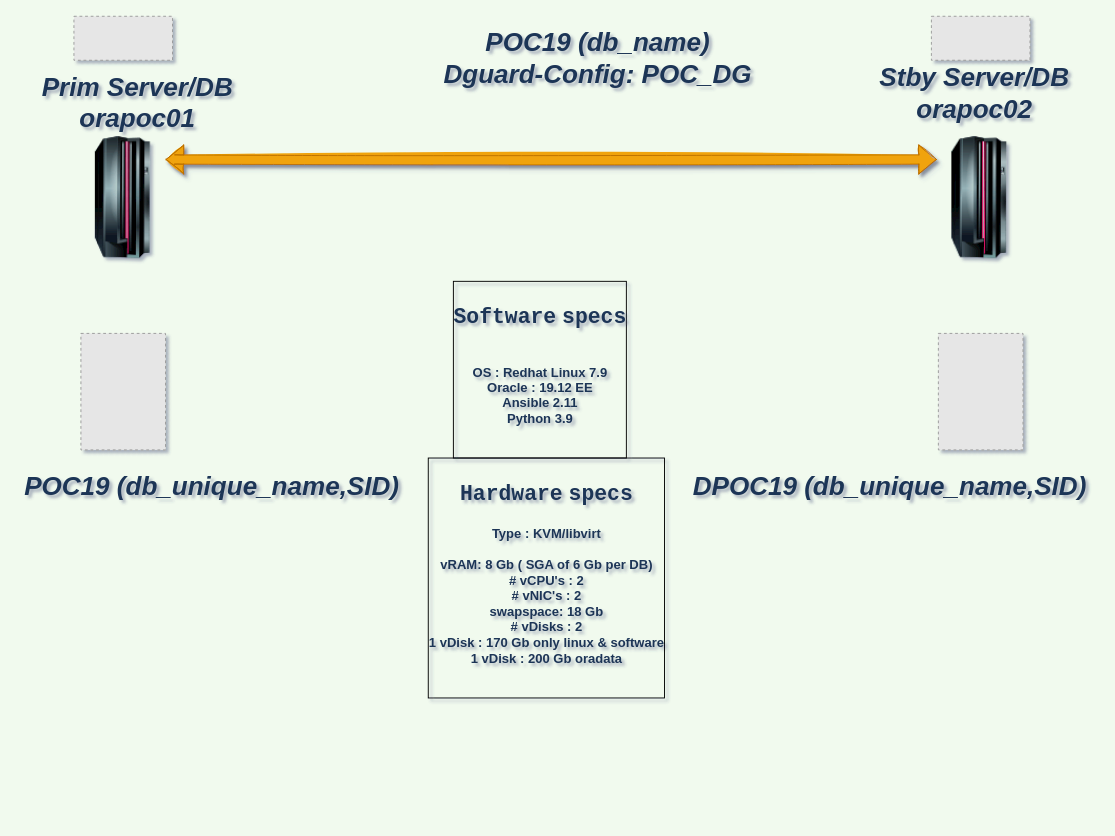
Before: xdoc/99_Various/Untitled Diagram.drawio in bnpdba/BNP_POC_DGuard, a draw.io diagram. Source tidied: cells renumbered, new cells numbered last; positions are measured from the earlier drawing's top-left corner, leaving out a move shared by most shapes. Both pictures are drawn from the tidied source at 93%, with x=0, y=0 at pixel (16, 16). Pictures stored in the file or linked from it are replaced by grey dashed boxes.
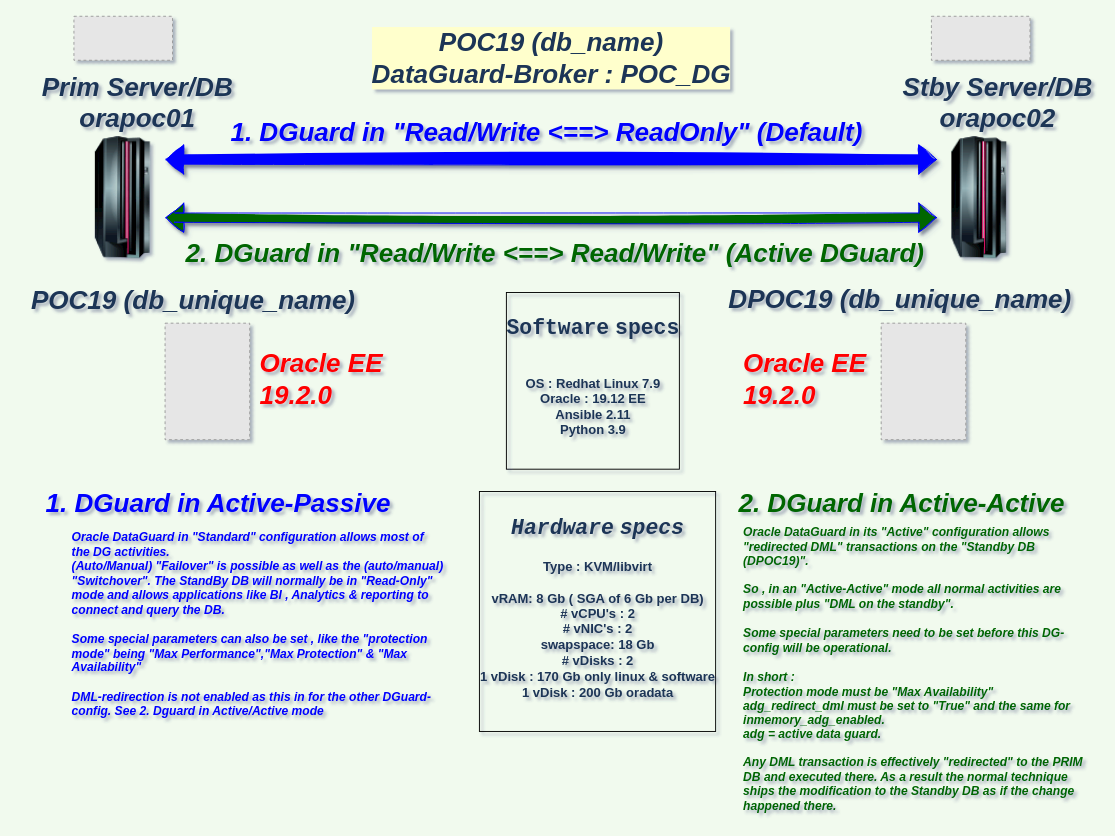
Above is the later version.

What changed in the source:
```diff
@@
-    <mxCell id="4" value="&lt;div&gt;&lt;i&gt;&lt;font style=&quot;font-size: 28px&quot;&gt;&lt;b&gt;POC19 (db_name)&lt;br&gt;&lt;/b&gt;&lt;/font&gt;&lt;/i&gt;&lt;/div&gt;&lt;div&gt;&lt;i&gt;&lt;font style=&quot;font-size: 28px&quot;&gt;&lt;b&gt;Dguard-Config: POC_DG&lt;br&gt;&lt;/b&gt;&lt;/font&gt;&lt;/i&gt;&lt;/div&gt;" style="text;html=1;align=center;verticalAlign=middle;fillColor=none;strokeColor=none;rounded=1;sketch=1;fontColor=#1D3557;" parent="1" vertex="1">
-      <mxGeometry x="450" y="20" width="350" height="50" as="geometry" />
+    <mxCell id="4" value="&lt;div&gt;&lt;i&gt;&lt;font style=&quot;font-size: 28px&quot;&gt;&lt;b&gt;POC19 (db_name)&lt;br&gt;&lt;/b&gt;&lt;/font&gt;&lt;/i&gt;&lt;/div&gt;&lt;div&gt;&lt;i&gt;&lt;font style=&quot;font-size: 28px&quot;&gt;&lt;b&gt;DataGuard-Broker : POC_DG&lt;br&gt;&lt;/b&gt;&lt;/font&gt;&lt;/i&gt;&lt;/div&gt;" style="text;html=1;align=center;verticalAlign=middle;fillColor=none;strokeColor=none;rounded=1;sketch=1;fontColor=#1D3557;labelBackgroundColor=#FFFFCC;" parent="1" vertex="1">
+      <mxGeometry x="374.5" y="20" width="400" height="50" as="geometry" />
     </mxCell>
-    <mxCell id="5" value="&lt;i&gt;&lt;font style=&quot;font-size: 28px&quot;&gt;&lt;b&gt;POC19 (db_unique_name,SID)&lt;/b&gt;&lt;/font&gt;&lt;/i&gt;" style="text;html=1;align=center;verticalAlign=middle;fillColor=none;strokeColor=none;rounded=1;sketch=1;fontColor=#1D3557;" parent="1" vertex="1">
-      <mxGeometry y="490" width="420" height="30" as="geometry" />
+    <mxCell id="5" value="&lt;i&gt;&lt;font style=&quot;font-size: 28px&quot;&gt;&lt;b&gt;POC19 (db_unique_name)&lt;/b&gt;&lt;/font&gt;&lt;/i&gt;" style="text;html=1;align=center;verticalAlign=middle;fillColor=none;strokeColor=none;rounded=1;sketch=1;fontColor=#1D3557;" parent="1" vertex="1">
+      <mxGeometry x="10" y="290" width="360" height="30" as="geometry" />
     </mxCell>
@@
-    <mxCell id="7" value="&lt;i&gt;&lt;font style=&quot;font-size: 28px&quot;&gt;&lt;b&gt;DPOC19 (db_unique_name,SID)&lt;/b&gt;&lt;/font&gt;&lt;/i&gt;" style="text;html=1;align=center;verticalAlign=middle;fillColor=none;strokeColor=none;rounded=1;sketch=1;fontColor=#1D3557;" parent="1" vertex="1">
-      <mxGeometry x="719" y="490" width="440" height="30" as="geometry" />
+    <mxCell id="7" value="&lt;i&gt;&lt;font style=&quot;font-size: 28px&quot;&gt;&lt;b&gt;DPOC19 (db_unique_name)&lt;/b&gt;&lt;/font&gt;&lt;/i&gt;" style="text;html=1;align=center;verticalAlign=middle;fillColor=none;strokeColor=none;rounded=1;sketch=1;fontColor=#1D3557;" parent="1" vertex="1">
+      <mxGeometry x="760" y="289" width="380" height="30" as="geometry" />
     </mxCell>
     <mxCell id="8" value="&lt;div style=&quot;font-size: 14px&quot;&gt;&lt;h1&gt;&lt;font style=&quot;font-size: 14px&quot; face=&quot;Courier New&quot;&gt;&lt;span style=&quot;font-size: 14px&quot;&gt;&lt;/span&gt;&lt;/font&gt;&lt;font style=&quot;font-size: 23px&quot;&gt;&lt;span&gt;&lt;font face=&quot;Courier New&quot;&gt;Software&lt;/font&gt; &lt;font style=&quot;font-size: 23px&quot; face=&quot;Courier New&quot;&gt;specs&lt;/font&gt;&lt;br&gt;&lt;/span&gt;&lt;/font&gt;&lt;/h1&gt;&lt;/div&gt;&lt;div style=&quot;font-size: 14px&quot;&gt;&lt;br&gt;&lt;font style=&quot;font-size: 14px&quot;&gt;&lt;span style=&quot;font-size: 14px&quot;&gt;&lt;font style=&quot;font-size: 14px&quot;&gt;&lt;span style=&quot;font-size: 14px&quot;&gt;OS : Redhat Linux 7.9&lt;/span&gt;&lt;/font&gt;&lt;/span&gt;&lt;/font&gt;&lt;/div&gt;&lt;div style=&quot;font-size: 14px&quot;&gt;&lt;font style=&quot;font-size: 14px&quot;&gt;&lt;span style=&quot;font-size: 14px&quot;&gt;Oracle : 19.12 EE&lt;br&gt;&lt;/span&gt;&lt;/font&gt;&lt;/div&gt;&lt;div style=&quot;font-size: 14px&quot;&gt;&lt;font style=&quot;font-size: 14px&quot;&gt;&lt;span style=&quot;font-size: 14px&quot;&gt;Ansible 2.11&lt;/span&gt;&lt;/font&gt;&lt;/div&gt;&lt;div style=&quot;font-size: 14px&quot;&gt;&lt;font style=&quot;font-size: 14px&quot;&gt;&lt;span style=&quot;font-size: 14px&quot;&gt;Python 3.9&lt;/span&gt;&lt;/font&gt;&lt;/div&gt;&lt;div style=&quot;font-size: 14px&quot;&gt;&lt;font style=&quot;font-size: 14px&quot;&gt;&lt;span style=&quot;font-size: 14px&quot;&gt;&lt;br style=&quot;font-size: 14px&quot;&gt;&lt;/span&gt;&lt;/font&gt;&lt;/div&gt;&lt;div style=&quot;font-size: 14px&quot;&gt;&lt;font style=&quot;font-size: 14px&quot;&gt;&lt;span style=&quot;font-size: 14px&quot;&gt;&lt;br style=&quot;font-size: 14px&quot;&gt;&lt;/span&gt;&lt;/font&gt;&lt;/div&gt;" style="text;html=1;align=center;verticalAlign=middle;fontSize=14;fontStyle=1;labelBorderColor=#000000;spacingTop=0;spacingLeft=0;spacingBottom=0;spacingRight=0;fillColor=#A8DADC;strokeWidth=0;rounded=1;sketch=1;fontColor=#1D3557;" parent="1" vertex="1">
-      <mxGeometry x="463" y="300" width="200" height="160" as="geometry" />
+      <mxGeometry x="520" y="300" width="200" height="184" as="geometry" />
     </mxCell>
-    <mxCell id="9" value="&lt;div style=&quot;font-size: 14px&quot;&gt;&lt;font style=&quot;font-size: 14px&quot;&gt;&lt;span style=&quot;font-size: 14px&quot;&gt;&lt;/span&gt;&lt;/font&gt;&lt;h1&gt;&lt;font style=&quot;font-size: 23px&quot;&gt;&lt;span&gt;&lt;font style=&quot;font-size: 23px&quot; face=&quot;Courier New&quot;&gt;Hardware&lt;/font&gt; &lt;font style=&quot;font-size: 23px&quot; face=&quot;Courier New&quot;&gt;specs&lt;/font&gt;&lt;br&gt;&lt;/span&gt;&lt;/font&gt;&lt;/h1&gt;&lt;/div&gt;&lt;div style=&quot;font-size: 14px&quot;&gt;&lt;font style=&quot;font-size: 14px&quot;&gt;&lt;span style=&quot;font-size: 14px&quot;&gt;Type : KVM/libvirt&lt;br style=&quot;font-size: 14px&quot;&gt;&lt;/span&gt;&lt;/font&gt;&lt;/div&gt;&lt;div style=&quot;font-size: 14px&quot;&gt;&lt;font style=&quot;font-size: 14px&quot;&gt;&lt;span style=&quot;font-size: 14px&quot;&gt;&lt;br&gt;&lt;/span&gt;&lt;/font&gt;&lt;/div&gt;&lt;div style=&quot;font-size: 14px&quot;&gt;&lt;font style=&quot;font-size: 14px&quot;&gt;&lt;span style=&quot;font-size: 14px&quot;&gt;vRAM: 8 Gb ( SGA of 6 Gb per DB)&lt;/span&gt;&lt;/font&gt;&lt;/div&gt;&lt;div style=&quot;font-size: 14px&quot;&gt;&lt;font style=&quot;font-size: 14px&quot;&gt;&lt;span style=&quot;font-size: 14px&quot;&gt;# vCPU's : 2 &lt;br style=&quot;font-size: 14px&quot;&gt;&lt;/span&gt;&lt;/font&gt;&lt;/div&gt;&lt;div style=&quot;font-size: 14px&quot;&gt;&lt;font style=&quot;font-size: 14px&quot;&gt;&lt;span style=&quot;font-size: 14px&quot;&gt;# vNIC's : 2&lt;/span&gt;&lt;/font&gt;&lt;/div&gt;&lt;div style=&quot;font-size: 14px&quot;&gt;&lt;font style=&quot;font-size: 14px&quot;&gt;&lt;span style=&quot;font-size: 14px&quot;&gt;swapspace: 18 Gb&lt;/span&gt;&lt;/font&gt;&lt;/div&gt;&lt;div style=&quot;font-size: 14px&quot;&gt;&lt;font style=&quot;font-size: 14px&quot;&gt;&lt;span style=&quot;font-size: 14px&quot;&gt;# vDisks : 2&lt;/span&gt;&lt;/font&gt;&lt;/div&gt;&lt;div style=&quot;font-size: 14px&quot;&gt;&lt;font style=&quot;font-size: 14px&quot;&gt;&lt;span style=&quot;font-size: 14px&quot;&gt;1 vDisk : 170 Gb only linux &amp;amp; software&lt;/span&gt;&lt;/font&gt;&lt;/div&gt;&lt;div style=&quot;font-size: 14px&quot;&gt;&lt;font style=&quot;font-size: 14px&quot;&gt;&lt;span style=&quot;font-size: 14px&quot;&gt;1 vDisk : 200 Gb oradata&lt;br style=&quot;font-size: 14px&quot;&gt;&lt;/span&gt;&lt;/font&gt;&lt;/div&gt;&lt;div style=&quot;font-size: 14px&quot;&gt;&lt;font style=&quot;font-size: 14px&quot;&gt;&lt;span style=&quot;font-size: 14px&quot;&gt;&lt;br style=&quot;font-size: 14px&quot;&gt;&lt;br&gt;&lt;/span&gt;&lt;/font&gt;&lt;/div&gt;" style="text;html=1;align=center;verticalAlign=middle;fontSize=14;fontStyle=1;labelBorderColor=#000000;spacingTop=0;spacingLeft=2;spacingBottom=2;spacingRight=2;fillColor=#A8DADC;strokeWidth=0;rounded=1;sketch=1;fontColor=#1D3557;" parent="1" vertex="1">
-      <mxGeometry x="435" y="479.7" width="270" height="250" as="geometry" />
+    <mxCell id="9" value="&lt;div style=&quot;font-size: 14px&quot;&gt;&lt;font style=&quot;font-size: 14px&quot;&gt;&lt;span style=&quot;font-size: 14px&quot;&gt;&lt;/span&gt;&lt;/font&gt;&lt;h1&gt;&lt;font style=&quot;font-size: 23px&quot;&gt;&lt;span&gt;&lt;i&gt;&lt;font style=&quot;font-size: 23px&quot; face=&quot;Courier New&quot;&gt;Hardware&lt;/font&gt;&lt;/i&gt; &lt;i&gt;&lt;font style=&quot;font-size: 23px&quot; face=&quot;Courier New&quot;&gt;specs&lt;/font&gt;&lt;/i&gt;&lt;br&gt;&lt;/span&gt;&lt;/font&gt;&lt;/h1&gt;&lt;/div&gt;&lt;div style=&quot;font-size: 14px&quot;&gt;&lt;font style=&quot;font-size: 14px&quot;&gt;&lt;span style=&quot;font-size: 14px&quot;&gt;Type : KVM/libvirt&lt;br style=&quot;font-size: 14px&quot;&gt;&lt;/span&gt;&lt;/font&gt;&lt;/div&gt;&lt;div style=&quot;font-size: 14px&quot;&gt;&lt;font style=&quot;font-size: 14px&quot;&gt;&lt;span style=&quot;font-size: 14px&quot;&gt;&lt;br&gt;&lt;/span&gt;&lt;/font&gt;&lt;/div&gt;&lt;div style=&quot;font-size: 14px&quot;&gt;&lt;font style=&quot;font-size: 14px&quot;&gt;&lt;span style=&quot;font-size: 14px&quot;&gt;vRAM: 8 Gb ( SGA of 6 Gb per DB)&lt;/span&gt;&lt;/font&gt;&lt;/div&gt;&lt;div style=&quot;font-size: 14px&quot;&gt;&lt;font style=&quot;font-size: 14px&quot;&gt;&lt;span style=&quot;font-size: 14px&quot;&gt;# vCPU's : 2 &lt;br style=&quot;font-size: 14px&quot;&gt;&lt;/span&gt;&lt;/font&gt;&lt;/div&gt;&lt;div style=&quot;font-size: 14px&quot;&gt;&lt;font style=&quot;font-size: 14px&quot;&gt;&lt;span style=&quot;font-size: 14px&quot;&gt;# vNIC's : 2&lt;/span&gt;&lt;/font&gt;&lt;/div&gt;&lt;div style=&quot;font-size: 14px&quot;&gt;&lt;font style=&quot;font-size: 14px&quot;&gt;&lt;span style=&quot;font-size: 14px&quot;&gt;swapspace: 18 Gb&lt;/span&gt;&lt;/font&gt;&lt;/div&gt;&lt;div style=&quot;font-size: 14px&quot;&gt;&lt;font style=&quot;font-size: 14px&quot;&gt;&lt;span style=&quot;font-size: 14px&quot;&gt;# vDisks : 2&lt;/span&gt;&lt;/font&gt;&lt;/div&gt;&lt;div style=&quot;font-size: 14px&quot;&gt;&lt;font style=&quot;font-size: 14px&quot;&gt;&lt;span style=&quot;font-size: 14px&quot;&gt;1 vDisk : 170 Gb only linux &amp;amp; software&lt;/span&gt;&lt;/font&gt;&lt;/div&gt;&lt;div style=&quot;font-size: 14px&quot;&gt;&lt;font style=&quot;font-size: 14px&quot;&gt;&lt;span style=&quot;font-size: 14px&quot;&gt;1 vDisk : 200 Gb oradata&lt;br style=&quot;font-size: 14px&quot;&gt;&lt;/span&gt;&lt;/font&gt;&lt;/div&gt;&lt;div style=&quot;font-size: 14px&quot;&gt;&lt;font style=&quot;font-size: 14px&quot;&gt;&lt;span style=&quot;font-size: 14px&quot;&gt;&lt;br style=&quot;font-size: 14px&quot;&gt;&lt;br&gt;&lt;/span&gt;&lt;/font&gt;&lt;/div&gt;" style="text;html=1;align=center;verticalAlign=middle;fontSize=14;fontStyle=1;labelBorderColor=#000000;spacingTop=0;spacingLeft=2;spacingBottom=2;spacingRight=2;fillColor=#A8DADC;strokeWidth=0;rounded=1;sketch=1;fontColor=#1D3557;" parent="1" vertex="1">
+      <mxGeometry x="490" y="516" width="270" height="250" as="geometry" />
     </mxCell>
     <mxCell id="10" style="fillColor=#E6E6E6;strokeColor=#999999;dashed=1;verticalLabelPosition=bottom;verticalAlign=top;fontColor=#1D3557;" parent="1" vertex="1">
-      <mxGeometry x="69.5" y="341" width="91" height="125.3" as="geometry" />
+      <mxGeometry x="160" y="330" width="91" height="125.3" as="geometry" />
     </mxCell>
     <mxCell id="11" style="fillColor=#E6E6E6;strokeColor=#999999;dashed=1;verticalLabelPosition=bottom;verticalAlign=top;fontColor=#1D3557;" parent="1" vertex="1">
-      <mxGeometry x="991.5" y="341" width="91" height="125.3" as="geometry" />
+      <mxGeometry x="930" y="330" width="91" height="125.3" as="geometry" />
     </mxCell>
@@
     <mxCell id="13" value="&lt;div&gt;&lt;i&gt;&lt;font style=&quot;font-size: 28px&quot;&gt;&lt;b&gt;Stby Server/DB&lt;br&gt;&lt;/b&gt;&lt;/font&gt;&lt;/i&gt;&lt;/div&gt;&lt;div&gt;&lt;i&gt;&lt;font style=&quot;font-size: 28px&quot;&gt;&lt;b&gt;orapoc02&lt;/b&gt;&lt;/font&gt;&lt;/i&gt;&lt;/div&gt;" style="text;html=1;align=center;verticalAlign=middle;fillColor=none;strokeColor=none;spacing=-13;spacingTop=-5;rounded=1;sketch=1;fontColor=#1D3557;" parent="1" vertex="1">
-      <mxGeometry x="935" y="75" width="190" height="20" as="geometry" />
+      <mxGeometry x="960" y="85" width="190" height="20" as="geometry" />
     </mxCell>
@@
-    <mxCell id="15" style="endArrow=classic;startArrow=block;html=1;fontColor=#1D3557;fillColor=#f0a30a;startFill=1;shape=flexArrow;rounded=1;snapToPoint=1;fixDash=1;comic=1;backgroundOutline=1;labelBorderColor=#1A1A1A;fontStyle=0;sketch=1;shadow=1;disableMultiStroke=1;disableMultiStrokeFill=1;orthogonal=0;orthogonalLoop=0;flowAnimation=1;fillStyle=solid;strokeColor=#BD7000;" parent="1" edge="1">
+    <mxCell id="15" style="endArrow=classic;startArrow=block;html=1;startFill=1;shape=flexArrow;rounded=1;snapToPoint=1;fixDash=1;comic=1;backgroundOutline=1;labelBorderColor=#1A1A1A;fontStyle=0;sketch=1;shadow=1;disableMultiStroke=1;disableMultiStrokeFill=1;orthogonal=0;orthogonalLoop=0;flowAnimation=1;fillStyle=solid;fontColor=#0000FF;strokeColor=#0000FF;fillColor=#0000FF;" parent="1" edge="1">
       <mxGeometry relative="1" as="geometry">
         <mxPoint x="160.5" y="154" as="sourcePoint" />
         <mxPoint x="990" y="154" as="targetPoint" />
         <Array as="points">
           <mxPoint x="160.5" y="154" />
           <mxPoint x="170.5" y="154" />
         </Array>
       </mxGeometry>
     </mxCell>
+    <mxCell id="16" value="&lt;div&gt;&lt;font&gt;&lt;i&gt;&lt;font style=&quot;font-size: 28px&quot;&gt;&lt;b&gt;&lt;font&gt;&lt;i&gt;&lt;font style=&quot;font-size: 28px&quot;&gt;&lt;b&gt;1. DGuard &lt;/b&gt;&lt;/font&gt;&lt;/i&gt;&lt;/font&gt;in &quot;Read/Write &amp;lt;==&amp;gt; ReadOnly&quot; (Default)&lt;br&gt;&lt;/b&gt;&lt;/font&gt;&lt;/i&gt;&lt;/font&gt;&lt;/div&gt;" style="text;html=1;align=center;verticalAlign=middle;fillColor=none;strokeColor=none;rounded=1;sketch=1;fontColor=#0000FF;" parent="1" vertex="1">
+      <mxGeometry x="220" y="110" width="700" height="30" as="geometry" />
+    </mxCell>
+    <mxCell id="17" style="endArrow=classic;startArrow=block;html=1;startFill=1;shape=flexArrow;rounded=1;snapToPoint=1;fixDash=1;comic=1;backgroundOutline=1;labelBorderColor=#1A1A1A;fontStyle=0;sketch=1;shadow=1;disableMultiStroke=1;disableMultiStrokeFill=1;orthogonal=0;orthogonalLoop=0;flowAnimation=1;fillStyle=solid;fontColor=#0000FF;strokeColor=#0000FF;noJump=1;fillColor=#006600;" parent="1" edge="1">
+      <mxGeometry relative="1" as="geometry">
+        <mxPoint x="160.5" y="216.5" as="sourcePoint" />
+        <mxPoint x="990" y="216.5" as="targetPoint" />
+        <Array as="points">
+          <mxPoint x="160.5" y="216.5" />
+          <mxPoint x="170.5" y="216.5" />
+        </Array>
+      </mxGeometry>
+    </mxCell>
+    <mxCell id="18" value="&lt;div&gt;&lt;font&gt;&lt;i&gt;&lt;font style=&quot;font-size: 28px&quot;&gt;&lt;b&gt;2. DGuard in &quot;Read/Write &amp;lt;==&amp;gt; Read/Write&quot; (Active DGuard)&lt;br&gt;&lt;/b&gt;&lt;/font&gt;&lt;/i&gt;&lt;/font&gt;&lt;/div&gt;" style="text;html=1;align=center;verticalAlign=middle;fillColor=none;strokeColor=none;rounded=1;sketch=1;fontColor=#006600;" parent="1" vertex="1">
+      <mxGeometry x="174" y="240" width="810" height="30" as="geometry" />
+    </mxCell>
+    <mxCell id="19" value="&lt;font&gt;&lt;i&gt;&lt;font style=&quot;font-size: 28px&quot;&gt;&lt;b&gt;1. DGuard in Active-Passive&lt;br&gt;&lt;/b&gt;&lt;/font&gt;&lt;/i&gt;&lt;/font&gt;" style="text;whiteSpace=wrap;html=1;rotation=0;fontColor=#0000FF;" parent="1" vertex="1">
+      <mxGeometry x="30" y="500" width="380" height="31" as="geometry" />
+    </mxCell>
+    <mxCell id="20" value="&lt;div style=&quot;font-size: 13px&quot;&gt;&lt;font style=&quot;font-size: 13px&quot;&gt;&lt;i&gt;&lt;b&gt;Oracle DataGuard in &quot;Standard&quot; configuration allows most of the DG activities.&lt;/b&gt;&lt;/i&gt;&lt;/font&gt;&lt;/div&gt;&lt;div style=&quot;font-size: 13px&quot;&gt;&lt;font style=&quot;font-size: 13px&quot;&gt;&lt;i&gt;&lt;b&gt;(Auto/Manual) &quot;Failover&quot; is possible as well as the (auto/manual) &quot;Switchover&quot;. The StandBy DB will normally be in &quot;Read-Only&quot; mode and allows applications like BI , Analytics &amp;amp; reporting to connect and query the DB.&lt;/b&gt;&lt;/i&gt;&lt;/font&gt;&lt;/div&gt;&lt;div style=&quot;font-size: 13px&quot;&gt;&lt;font style=&quot;font-size: 13px&quot;&gt;&lt;i&gt;&lt;b&gt;&lt;br&gt;&lt;/b&gt;&lt;/i&gt;&lt;/font&gt;&lt;/div&gt;&lt;div style=&quot;font-size: 13px&quot;&gt;&lt;font style=&quot;font-size: 13px&quot;&gt;&lt;i&gt;&lt;b&gt;Some special parameters can also be set , like the &quot;protection mode&quot; being &quot;Max Performance&quot;,&quot;Max Protection&quot; &amp;amp; &quot;Max Availability&quot;&lt;/b&gt;&lt;/i&gt;&lt;/font&gt;&lt;/div&gt;&lt;div style=&quot;font-size: 13px&quot;&gt;&lt;font style=&quot;font-size: 13px&quot;&gt;&lt;i&gt;&lt;b&gt;&lt;br&gt;&lt;/b&gt;&lt;/i&gt;&lt;/font&gt;&lt;/div&gt;&lt;div style=&quot;font-size: 13px&quot;&gt;&lt;font style=&quot;font-size: 13px&quot;&gt;&lt;i&gt;&lt;b&gt;DML-redirection is not enabled as this in for the other DGuard-config. See 2. Dguard in Active/Active mode&lt;br&gt;&lt;/b&gt;&lt;/i&gt;&lt;/font&gt;&lt;/div&gt;" style="text;whiteSpace=wrap;html=1;fontColor=#0000FF;" parent="1" vertex="1">
+      <mxGeometry x="57.5" y="546" width="402.5" height="220" as="geometry" />
+    </mxCell>
+    <mxCell id="21" value="&lt;font&gt;&lt;i&gt;&lt;font style=&quot;font-size: 28px&quot;&gt;&lt;b&gt;2. DGuard in Active-Active&lt;br&gt;&lt;/b&gt;&lt;/font&gt;&lt;/i&gt;&lt;/font&gt;" style="text;whiteSpace=wrap;html=1;rotation=0;fontColor=#006600;" parent="1" vertex="1">
+      <mxGeometry x="774.5" y="500" width="380" height="31" as="geometry" />
+    </mxCell>
+    <mxCell id="22" value="&lt;div style=&quot;font-size: 13px&quot;&gt;&lt;font style=&quot;font-size: 13px&quot;&gt;&lt;i&gt;&lt;b&gt;Oracle DataGuard in its &quot;Active&quot; configuration allows &quot;redirected DML&quot; transactions on the &quot;Standby DB (DPOC19)&quot;.&lt;br&gt;&lt;/b&gt;&lt;/i&gt;&lt;/font&gt;&lt;/div&gt;&lt;div style=&quot;font-size: 13px&quot;&gt;&lt;font style=&quot;font-size: 13px&quot;&gt;&lt;i&gt;&lt;b&gt;&lt;br&gt;&lt;/b&gt;&lt;/i&gt;&lt;/font&gt;&lt;/div&gt;&lt;div style=&quot;font-size: 13px&quot;&gt;&lt;font style=&quot;font-size: 13px&quot;&gt;&lt;i&gt;&lt;b&gt;So , in an &quot;Active-Active&quot; mode all normal activities are possible plus &quot;DML on the standby&quot;.&lt;br&gt;&lt;/b&gt;&lt;/i&gt;&lt;/font&gt;&lt;/div&gt;&lt;div style=&quot;font-size: 13px&quot;&gt;&lt;font style=&quot;font-size: 13px&quot;&gt;&lt;i&gt;&lt;b&gt;&lt;br&gt;&lt;/b&gt;&lt;/i&gt;&lt;/font&gt;&lt;/div&gt;&lt;div style=&quot;font-size: 13px&quot;&gt;&lt;font style=&quot;font-size: 13px&quot;&gt;&lt;i&gt;&lt;b&gt;Some special parameters need to be set before this DG-config will be operational.&lt;/b&gt;&lt;/i&gt;&lt;/font&gt;&lt;/div&gt;&lt;div style=&quot;font-size: 13px&quot;&gt;&lt;font style=&quot;font-size: 13px&quot;&gt;&lt;i&gt;&lt;b&gt;&lt;br&gt;&lt;/b&gt;&lt;/i&gt;&lt;/font&gt;&lt;/div&gt;&lt;div style=&quot;font-size: 13px&quot;&gt;&lt;font style=&quot;font-size: 13px&quot;&gt;&lt;i&gt;&lt;b&gt;In short :&lt;/b&gt;&lt;/i&gt;&lt;/font&gt;&lt;/div&gt;&lt;div style=&quot;font-size: 13px&quot;&gt;&lt;font style=&quot;font-size: 13px&quot;&gt;&lt;i&gt;&lt;b&gt;Protection mode must be &quot;Max Availability&quot;&lt;/b&gt;&lt;/i&gt;&lt;/font&gt;&lt;/div&gt;&lt;div style=&quot;font-size: 13px&quot;&gt;&lt;font style=&quot;font-size: 13px&quot;&gt;&lt;i&gt;&lt;b&gt;adg_redirect_dml must be set to &quot;True&quot; and the same for inmemory_adg_enabled.&lt;/b&gt;&lt;/i&gt;&lt;/font&gt;&lt;/div&gt;&lt;div style=&quot;font-size: 13px&quot;&gt;&lt;font style=&quot;font-size: 13px&quot;&gt;&lt;i&gt;&lt;b&gt;adg = active data guard.&lt;br&gt;&lt;/b&gt;&lt;/i&gt;&lt;/font&gt;&lt;/div&gt;&lt;br&gt;&lt;div style=&quot;font-size: 13px&quot;&gt;&lt;font style=&quot;font-size: 13px&quot;&gt;&lt;i&gt;&lt;b&gt;Any DML transaction is effectively &quot;redirected&quot; to the PRIM DB and executed there. As a result the normal technique ships the modification to the Standby DB as if the change happened there.&lt;br&gt;&lt;/b&gt;&lt;/i&gt;&lt;/font&gt;&lt;/div&gt;" style="text;whiteSpace=wrap;html=1;fontColor=#006600;" parent="1" vertex="1">
+      <mxGeometry x="780" y="540" width="370" height="220" as="geometry" />
+    </mxCell>
+    <mxCell id="23" value="&lt;font&gt;&lt;i&gt;&lt;font style=&quot;font-size: 28px&quot;&gt;&lt;b&gt;Oracle EE 19.2.0&lt;/b&gt;&lt;/font&gt;&lt;/i&gt;&lt;/font&gt;" style="text;whiteSpace=wrap;html=1;fontColor=#FF0000;" parent="1" vertex="1">
+      <mxGeometry x="260" y="350" width="140" height="40" as="geometry" />
+    </mxCell>
+    <mxCell id="24" value="&lt;font&gt;&lt;i&gt;&lt;font style=&quot;font-size: 28px&quot;&gt;&lt;b&gt;Oracle EE 19.2.0&lt;/b&gt;&lt;/font&gt;&lt;/i&gt;&lt;/font&gt;" style="text;whiteSpace=wrap;html=1;fontColor=#FF0000;" parent="1" vertex="1">
+      <mxGeometry x="780" y="350" width="140" height="40" as="geometry" />
+    </mxCell>
```
